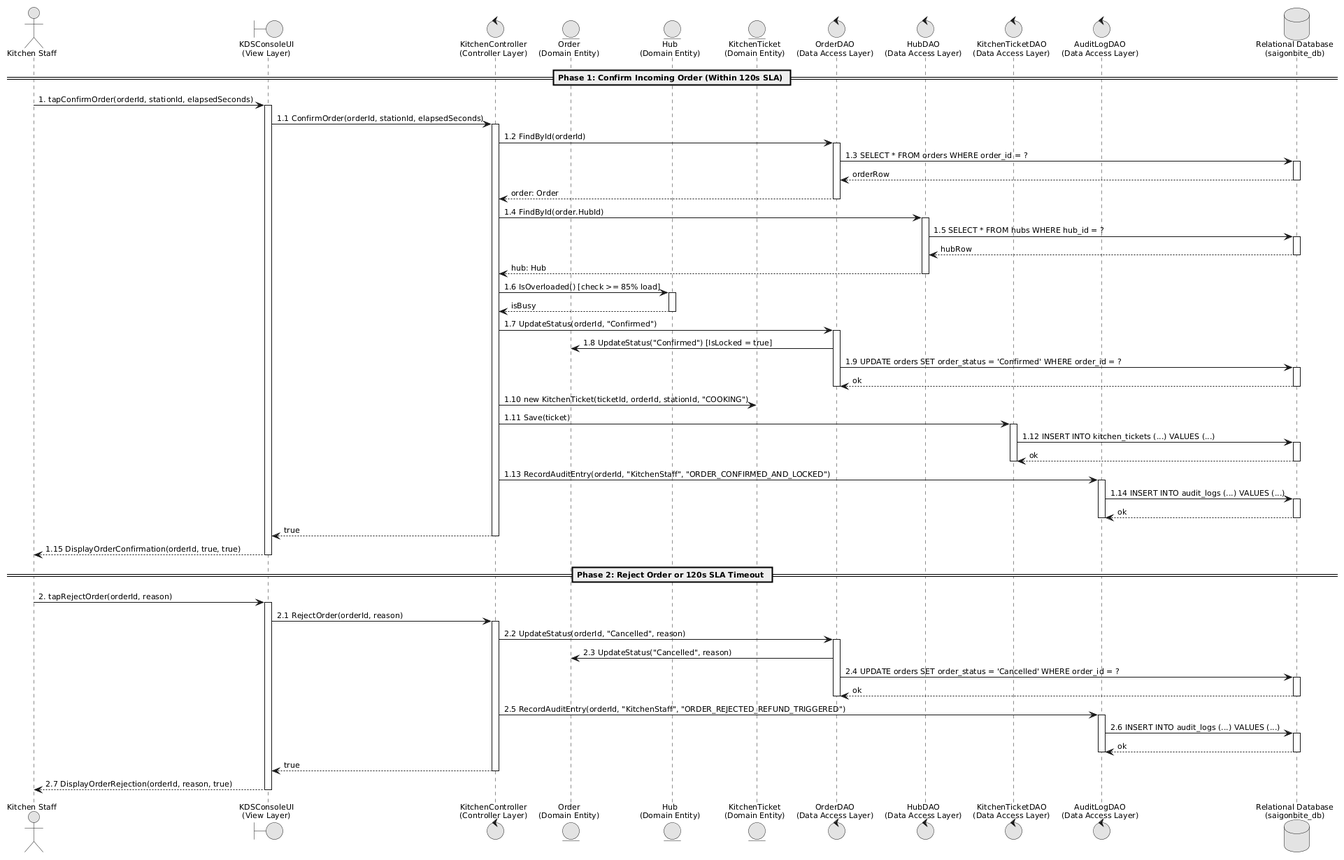
This is Part_3/docs/Figure_4_3_2_UC7_Modified_Sequence_Diagram.png from DoQuocTrung06/SaigonBite-RAD-TeamF10, a PlantUML export, as it was before one commit. The source it was exported from:
```plantuml
@startuml
skinparam backgroundColor #FFFFFF
skinparam monochrome true
skinparam shadowing false
skinparam defaultFontName "Calibri"
skinparam defaultFontSize 11
skinparam defaultFontColor #000000
skinparam linetype ortho
skinparam roundCorner 0
hide circle

actor "Kitchen Staff" as Staff
boundary "KDSConsoleUI\n(View Layer)" as UI
control "KitchenController\n(Controller Layer)" as Ctrl
entity "Order\n(Domain Entity)" as Ord
entity "Hub\n(Domain Entity)" as Hub
entity "KitchenTicket\n(Domain Entity)" as Ticket
control "OrderDAO\n(Data Access Layer)" as OrderDAO
control "HubDAO\n(Data Access Layer)" as HubDAO
control "KitchenTicketDAO\n(Data Access Layer)" as TicketDAO
control "AuditLogDAO\n(Data Access Layer)" as AuditDAO
database "Relational Database\n(saigonbite_db)" as DB

== Phase 1: Confirm Incoming Order (Within 120s SLA) ==
Staff -> UI: 1. tapConfirmOrder(orderId, stationId, elapsedSeconds)
activate UI
UI -> Ctrl: 1.1 ConfirmOrder(orderId, stationId, elapsedSeconds)
activate Ctrl

Ctrl -> OrderDAO: 1.2 FindById(orderId)
activate OrderDAO
OrderDAO -> DB: 1.3 SELECT * FROM orders WHERE order_id = ?
activate DB
DB --> OrderDAO: orderRow
deactivate DB
OrderDAO --> Ctrl: order: Order
deactivate OrderDAO

Ctrl -> HubDAO: 1.4 FindById(order.HubId)
activate HubDAO
HubDAO -> DB: 1.5 SELECT * FROM hubs WHERE hub_id = ?
activate DB
DB --> HubDAO: hubRow
deactivate DB
HubDAO --> Ctrl: hub: Hub
deactivate HubDAO

Ctrl -> Hub: 1.6 IsOverloaded() [check >= 85% load]
activate Hub
Hub --> Ctrl: isBusy
deactivate Hub

Ctrl -> OrderDAO: 1.7 UpdateStatus(orderId, "Confirmed")
activate OrderDAO
OrderDAO -> Ord: 1.8 UpdateStatus("Confirmed") [IsLocked = true]
OrderDAO -> DB: 1.9 UPDATE orders SET order_status = 'Confirmed' WHERE order_id = ?
activate DB
DB --> OrderDAO: ok
deactivate DB
deactivate OrderDAO

Ctrl -> Ticket: 1.10 new KitchenTicket(ticketId, orderId, stationId, "COOKING")
Ctrl -> TicketDAO: 1.11 Save(ticket)
activate TicketDAO
TicketDAO -> DB: 1.12 INSERT INTO kitchen_tickets (...) VALUES (...)
activate DB
DB --> TicketDAO: ok
deactivate DB
deactivate TicketDAO

Ctrl -> AuditDAO: 1.13 RecordAuditEntry(orderId, "KitchenStaff", "ORDER_CONFIRMED_AND_LOCKED")
activate AuditDAO
AuditDAO -> DB: 1.14 INSERT INTO audit_logs (...) VALUES (...)
activate DB
DB --> AuditDAO: ok
deactivate DB
deactivate AuditDAO

Ctrl --> UI: true
deactivate Ctrl
UI --> Staff: 1.15 DisplayOrderConfirmation(orderId, true, true)
deactivate UI

== Phase 2: Reject Order or 120s SLA Timeout ==
Staff -> UI: 2. tapRejectOrder(orderId, reason)
activate UI
UI -> Ctrl: 2.1 RejectOrder(orderId, reason)
activate Ctrl

Ctrl -> OrderDAO: 2.2 UpdateStatus(orderId, "Cancelled", reason)
activate OrderDAO
OrderDAO -> Ord: 2.3 UpdateStatus("Cancelled", reason)
OrderDAO -> DB: 2.4 UPDATE orders SET order_status = 'Cancelled' WHERE order_id = ?
activate DB
DB --> OrderDAO: ok
deactivate DB
deactivate OrderDAO

Ctrl -> AuditDAO: 2.5 RecordAuditEntry(orderId, "KitchenStaff", "ORDER_REJECTED_REFUND_TRIGGERED")
activate AuditDAO
AuditDAO -> DB: 2.6 INSERT INTO audit_logs (...) VALUES (...)
activate DB
DB --> AuditDAO: ok
deactivate DB
deactivate AuditDAO

Ctrl --> UI: true
deactivate Ctrl
UI --> Staff: 2.7 DisplayOrderRejection(orderId, reason, true)
deactivate UI
@enduml
```
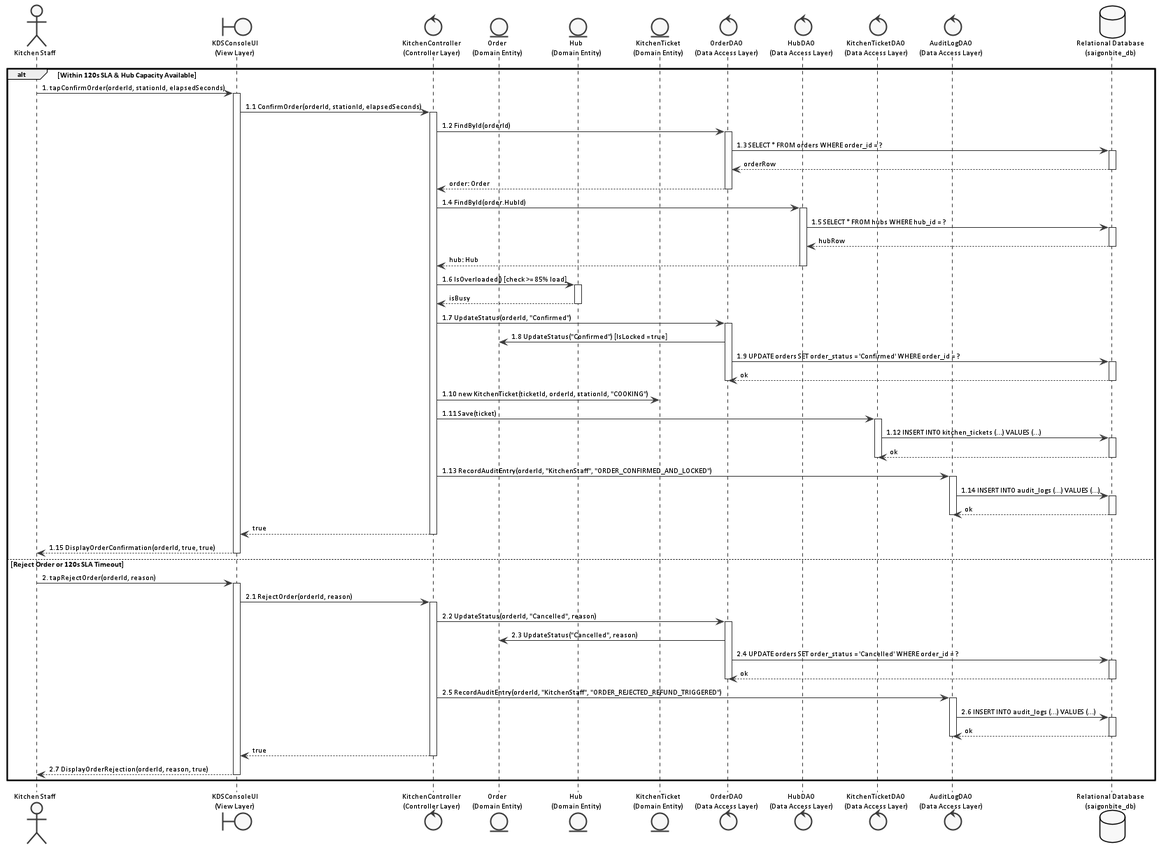
Later version of the same file.

Commit message:
Refine UC7 sequence diagram with alt-else branches and align rejection reason across code and docs

Change to the diagram source:
```diff
@@ -1,4 +1,4 @@
-@startuml
+@startuml Figure_4_3_2_UC7_Modified_Sequence_Diagram
 skinparam backgroundColor #FFFFFF
 skinparam monochrome true
 skinparam shadowing false
@@ -21,7 +21,7 @@
 control "AuditLogDAO\n(Data Access Layer)" as AuditDAO
 database "Relational Database\n(saigonbite_db)" as DB
 
-== Phase 1: Confirm Incoming Order (Within 120s SLA) ==
+alt Within 120s SLA & Hub Capacity Available
 Staff -> UI: 1. tapConfirmOrder(orderId, stationId, elapsedSeconds)
 activate UI
 UI -> Ctrl: 1.1 ConfirmOrder(orderId, stationId, elapsedSeconds)
@@ -81,7 +81,7 @@
 UI --> Staff: 1.15 DisplayOrderConfirmation(orderId, true, true)
 deactivate UI
 
-== Phase 2: Reject Order or 120s SLA Timeout ==
+else Reject Order or 120s SLA Timeout
 Staff -> UI: 2. tapRejectOrder(orderId, reason)
 activate UI
 UI -> Ctrl: 2.1 RejectOrder(orderId, reason)
@@ -108,4 +108,6 @@
 deactivate Ctrl
 UI --> Staff: 2.7 DisplayOrderRejection(orderId, reason, true)
 deactivate UI
+end
+
 @enduml
```
